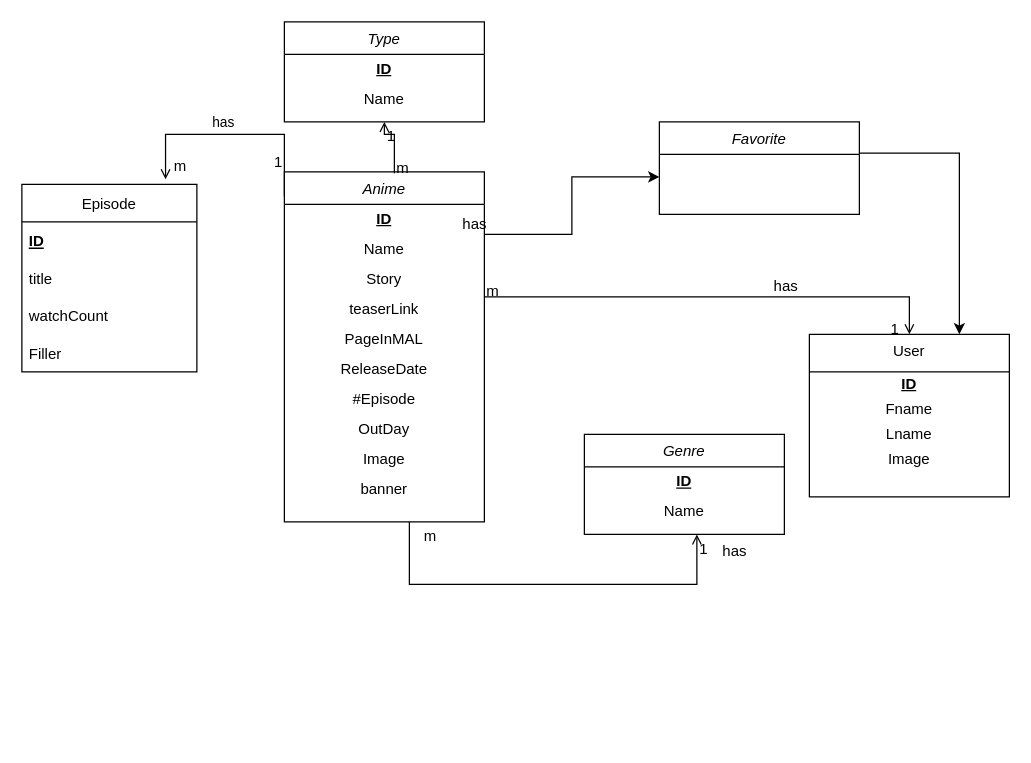
Earlier version of the draw.io diagram watch-classDiagrame.drawio (abd-el-rahman-abd-el-zaher/Watch). Source tidied: cells renumbered, new cells numbered last; positions are measured from the earlier drawing's top-left corner, leaving out a move shared by most shapes. Both pictures are drawn from the tidied source at 125%, with x=0, y=0 at pixel (21, 21).
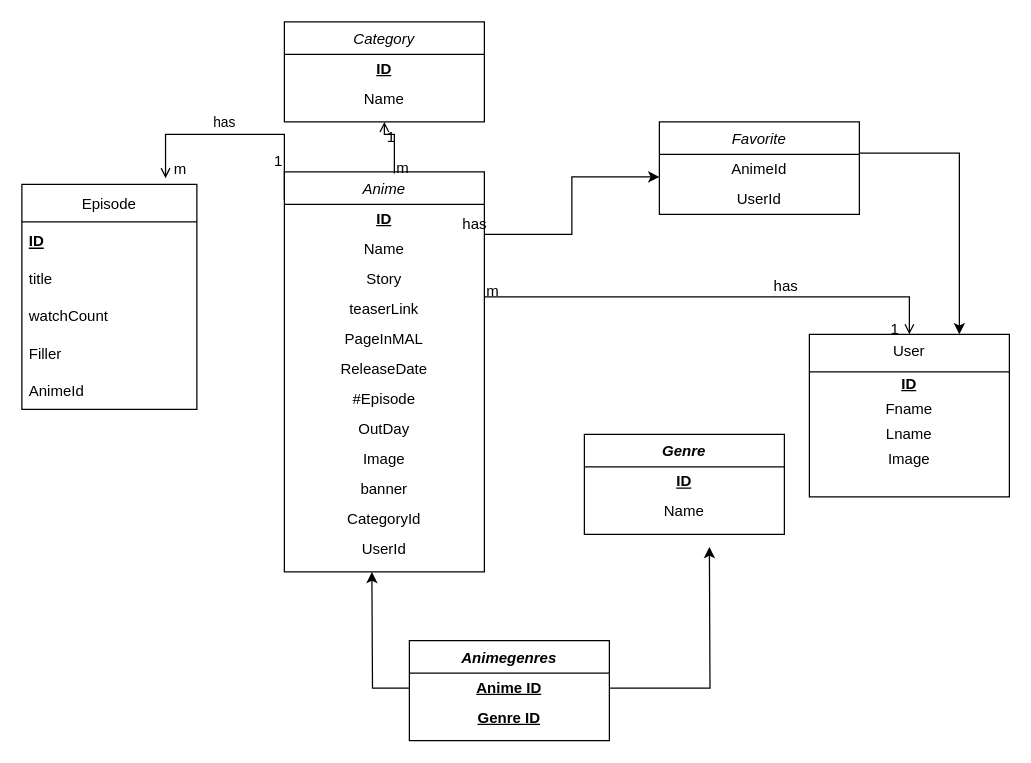
Above is the later version.

The change refers to these unchanged cells:
```xml
<mxCell id="46" value="Favorite" style="swimlane;fontStyle=2;align=center;verticalAlign=top;horizontal=1;startSize=26;rounded=0;shadow=0;strokeWidth=1;" parent="1" vertex="1">
  <mxGeometry x="510" y="80" width="160" height="74" as="geometry" />
</mxCell>
```

Diff of the diagram source:
```diff
@@
     <mxCell id="3" value="Anime" style="swimlane;fontStyle=2;align=center;verticalAlign=top;horizontal=1;startSize=26;rounded=0;shadow=0;strokeWidth=1;" parent="1" vertex="1">
-      <mxGeometry x="210" y="120" width="160" height="280" as="geometry" />
+      <mxGeometry x="210" y="120" width="160" height="320" as="geometry" />
     </mxCell>
@@
+    <mxCell id="47" value="CategoryId" style="text;html=1;strokeColor=none;fillColor=none;align=center;verticalAlign=middle;whiteSpace=wrap;rounded=0;" parent="3" vertex="1">
+      <mxGeometry y="266" width="160" height="24" as="geometry" />
+    </mxCell>
+    <mxCell id="48" value="UserId" style="text;html=1;strokeColor=none;fillColor=none;align=center;verticalAlign=middle;whiteSpace=wrap;rounded=0;" parent="3" vertex="1">
+      <mxGeometry y="290" width="160" height="24" as="geometry" />
+    </mxCell>
@@
     <mxCell id="23" value="Episode" style="swimlane;fontStyle=0;horizontal=1;startSize=30;" parent="1" vertex="1">
-      <mxGeometry y="130" width="140" height="150" as="geometry" />
+      <mxGeometry y="130" width="140" height="180" as="geometry" />
     </mxCell>
@@
+    <mxCell id="49" value="AnimeId" style="text;strokeColor=none;fillColor=none;align=left;verticalAlign=middle;spacingLeft=4;spacingRight=4;overflow=hidden;" parent="23" vertex="1">
+      <mxGeometry y="150" width="140" height="30" as="geometry" />
+    </mxCell>
@@
-    <mxCell id="31" value="Type" style="swimlane;fontStyle=2;align=center;verticalAlign=top;horizontal=1;startSize=26;rounded=0;shadow=0;strokeWidth=1;" parent="1" vertex="1">
+    <mxCell id="31" value="Category" style="swimlane;fontStyle=2;align=center;verticalAlign=top;horizontal=1;startSize=26;rounded=0;shadow=0;strokeWidth=1;" parent="1" vertex="1">
       <mxGeometry x="210" width="160" height="80" as="geometry" />
     </mxCell>
@@
-    <mxCell id="38" value="Genre" style="swimlane;fontStyle=2;align=center;verticalAlign=top;horizontal=1;startSize=26;rounded=0;shadow=0;strokeWidth=1;" parent="1" vertex="1">
+    <mxCell id="38" value="Genre" style="swimlane;fontStyle=3;align=center;verticalAlign=top;horizontal=1;startSize=26;rounded=0;shadow=0;strokeWidth=1;" parent="1" vertex="1">
       <mxGeometry x="450" y="330" width="160" height="80" as="geometry" />
     </mxCell>
@@
-    <mxCell id="41" style="endArrow=open;shadow=0;strokeWidth=1;rounded=0;endFill=1;edgeStyle=elbowEdgeStyle;elbow=vertical;" parent="1" edge="1">
-      <mxGeometry x="0.5" y="41" relative="1" as="geometry">
-        <mxPoint x="310" y="400" as="sourcePoint" />
-        <mxPoint x="540" y="410" as="targetPoint" />
-        <Array as="points">
-          <mxPoint x="610" y="450" />
-        </Array>
-        <mxPoint x="-40" y="32" as="offset" />
-      </mxGeometry>
-    </mxCell>
-    <mxCell id="42" value="m" style="align=left;verticalAlign=bottom;labelBackgroundColor=none;fontSize=12;" parent="41" vertex="1">
-      <mxGeometry x="-1" relative="1" as="geometry">
-        <mxPoint x="10" y="20" as="offset" />
-      </mxGeometry>
-    </mxCell>
-    <mxCell id="43" value="1" style="align=right;verticalAlign=bottom;labelBackgroundColor=none;fontSize=12;" parent="41" vertex="1">
-      <mxGeometry x="1" relative="1" as="geometry">
-        <mxPoint x="10" y="20" as="offset" />
-      </mxGeometry>
-    </mxCell>
-    <mxCell id="44" value="has" style="text;html=1;align=center;verticalAlign=middle;labelBackgroundColor=none;rounded=0;shadow=0;strokeWidth=1;fontSize=12;" parent="41" vertex="1">
-      <mxGeometry x="0.5" y="49" relative="1" as="geometry">
-        <mxPoint x="69" y="22" as="offset" />
-      </mxGeometry>
-    </mxCell>
@@
+    <mxCell id="50" value="AnimeId" style="text;html=1;strokeColor=none;fillColor=none;align=center;verticalAlign=middle;whiteSpace=wrap;rounded=0;" parent="46" vertex="1">
+      <mxGeometry y="26" width="160" height="24" as="geometry" />
+    </mxCell>
+    <mxCell id="51" value="UserId" style="text;html=1;strokeColor=none;fillColor=none;align=center;verticalAlign=middle;whiteSpace=wrap;rounded=0;" parent="46" vertex="1">
+      <mxGeometry y="50" width="160" height="24" as="geometry" />
+    </mxCell>
+    <mxCell id="52" value="Animegenres" style="swimlane;fontStyle=3;align=center;verticalAlign=top;horizontal=1;startSize=26;rounded=0;shadow=0;strokeWidth=1;" parent="1" vertex="1">
+      <mxGeometry x="310" y="495" width="160" height="80" as="geometry" />
+    </mxCell>
+    <mxCell id="53" value="Anime ID" style="text;html=1;strokeColor=none;fillColor=none;align=center;verticalAlign=middle;whiteSpace=wrap;rounded=0;fontStyle=5;" parent="52" vertex="1">
+      <mxGeometry y="26" width="160" height="24" as="geometry" />
+    </mxCell>
+    <mxCell id="54" value="Genre ID" style="text;html=1;strokeColor=none;fillColor=none;align=center;verticalAlign=middle;whiteSpace=wrap;rounded=0;fontStyle=5;" parent="52" vertex="1">
+      <mxGeometry y="50" width="160" height="24" as="geometry" />
+    </mxCell>
+    <mxCell id="55" style="edgeStyle=orthogonalEdgeStyle;rounded=0;jettySize=auto;html=1;" parent="1" edge="1" source="53">
+      <mxGeometry relative="1" as="geometry">
+        <mxPoint x="280" y="440" as="targetPoint" />
+      </mxGeometry>
+    </mxCell>
+    <mxCell id="56" style="edgeStyle=orthogonalEdgeStyle;rounded=0;jettySize=auto;html=1;" parent="1" edge="1" source="53">
+      <mxGeometry relative="1" as="geometry">
+        <mxPoint x="550" y="420" as="targetPoint" />
+      </mxGeometry>
+    </mxCell>
```
